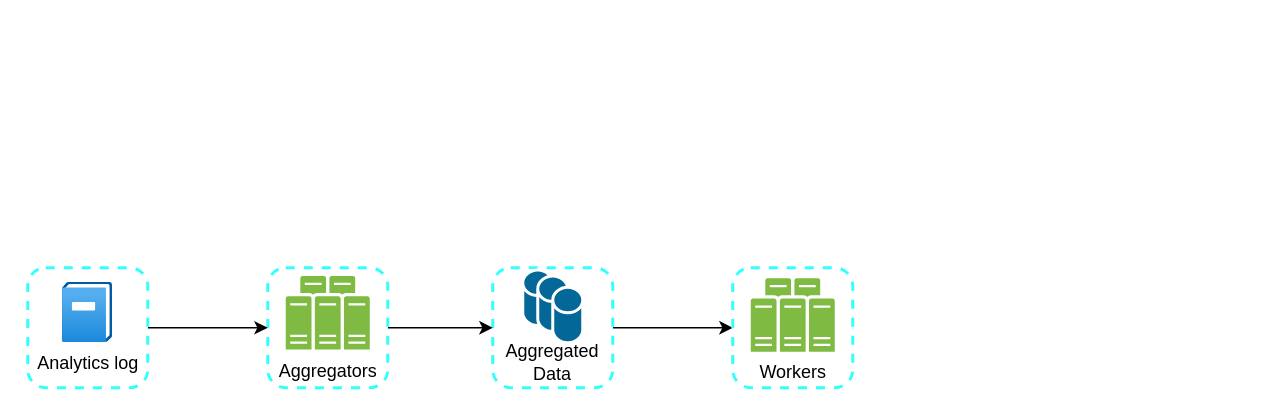
The draw.io diagram diagrams/13_search_autocomplete_system.drawio in ionut-banu/system_design_practice, before the edit. Source tidied: cells renumbered, new cells numbered last; positions are measured from the earlier drawing's top-left corner, leaving out a move shared by most shapes. Both pictures are drawn from the tidied source at 150%, with x=0, y=0 at pixel (27, 267).
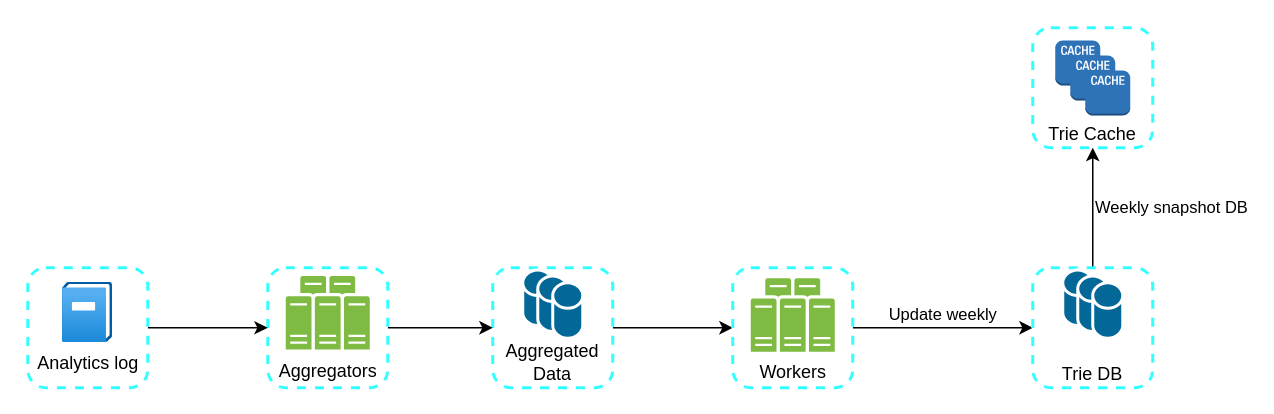
The same diagram, later.

The change refers to these unchanged cells:
```xml
<mxCell id="13" style="rounded=1;whiteSpace=wrap;html=1;dashed=1;strokeColor=#33FFFF;strokeWidth=2;" parent="1" vertex="1">
  <mxGeometry x="470" width="80" height="80" as="geometry" />
</mxCell>
```

Change to the diagram source:
```diff
@@
-    <mxCell id="12" style="shape=mxgraph.cisco.storage.relational_database;html=1;dashed=0;fillColor=#036897;strokeColor=#ffffff;strokeWidth=2;verticalLabelPosition=bottom;verticalAlign=top;align=center;" parent="1" vertex="1">
-      <mxGeometry x="350" y="13" width="20" height="37" as="geometry" />
-    </mxCell>
+    <mxCell id="15" style="shape=mxgraph.cisco.storage.relational_database;html=1;dashed=0;fillColor=#036897;strokeColor=#ffffff;strokeWidth=2;verticalLabelPosition=bottom;verticalAlign=top;align=center;" parent="1" vertex="1">
+      <mxGeometry x="350" y="10" width="20" height="37" as="geometry" />
+    </mxCell>
+    <mxCell id="16" value="Update weekly" style="edgeStyle=orthogonalEdgeStyle;rounded=0;jettySize=auto;html=1;entryX=0;entryY=0.5;entryDx=0;entryDy=0;labelPosition=center;verticalLabelPosition=top;align=center;verticalAlign=bottom;" parent="1" edge="1" source="13" target="18">
+      <mxGeometry relative="1" as="geometry" />
+    </mxCell>
@@
+    <mxCell id="17" value="Weekly snapshot DB" style="edgeStyle=orthogonalEdgeStyle;rounded=0;jettySize=auto;html=1;entryX=0.5;entryY=1;entryDx=0;entryDy=0;labelPosition=right;verticalLabelPosition=middle;align=left;verticalAlign=middle;" parent="1" edge="1" source="18" target="22">
+      <mxGeometry relative="1" as="geometry" />
+    </mxCell>
+    <mxCell id="18" value="Trie DB" style="rounded=1;whiteSpace=wrap;html=1;dashed=1;strokeColor=#33FFFF;strokeWidth=2;verticalAlign=bottom;" parent="1" vertex="1">
+      <mxGeometry x="670" width="80" height="80" as="geometry" />
+    </mxCell>
+    <mxCell id="19" style="shape=mxgraph.cisco.storage.relational_database;html=1;dashed=0;fillColor=#036897;strokeColor=#ffffff;strokeWidth=2;verticalLabelPosition=bottom;verticalAlign=top;align=center;" parent="1" vertex="1">
+      <mxGeometry x="690" y="1.5" width="20" height="37" as="geometry" />
+    </mxCell>
+    <mxCell id="20" style="shape=mxgraph.cisco.storage.relational_database;html=1;dashed=0;fillColor=#036897;strokeColor=#ffffff;strokeWidth=2;verticalLabelPosition=bottom;verticalAlign=top;align=center;" parent="1" vertex="1">
+      <mxGeometry x="700" y="5.5" width="20" height="37" as="geometry" />
+    </mxCell>
+    <mxCell id="21" style="shape=mxgraph.cisco.storage.relational_database;html=1;dashed=0;fillColor=#036897;strokeColor=#ffffff;strokeWidth=2;verticalLabelPosition=bottom;verticalAlign=top;align=center;" parent="1" vertex="1">
+      <mxGeometry x="710" y="10" width="20" height="37" as="geometry" />
+    </mxCell>
+    <mxCell id="22" value="Trie Cache" style="rounded=1;whiteSpace=wrap;html=1;dashed=1;strokeColor=#33FFFF;strokeWidth=2;verticalAlign=bottom;" parent="1" vertex="1">
+      <mxGeometry x="670" y="-160" width="80" height="80" as="geometry" />
+    </mxCell>
+    <mxCell id="23" style="dashed=0;verticalLabelPosition=bottom;verticalAlign=top;align=center;html=1;shape=mxgraph.aws3.cache_node;fillColor=#2E73B8;gradientColor=none;" parent="1" vertex="1">
+      <mxGeometry x="685" y="-151.5" width="30" height="30" as="geometry" />
+    </mxCell>
+    <mxCell id="24" style="dashed=0;verticalLabelPosition=bottom;verticalAlign=top;align=center;html=1;shape=mxgraph.aws3.cache_node;fillColor=#2E73B8;gradientColor=none;" parent="1" vertex="1">
+      <mxGeometry x="695" y="-141.5" width="30" height="30" as="geometry" />
+    </mxCell>
+    <mxCell id="25" style="dashed=0;verticalLabelPosition=bottom;verticalAlign=top;align=center;html=1;shape=mxgraph.aws3.cache_node;fillColor=#2E73B8;gradientColor=none;" parent="1" vertex="1">
+      <mxGeometry x="705" y="-131.5" width="30" height="30" as="geometry" />
+    </mxCell>
```
